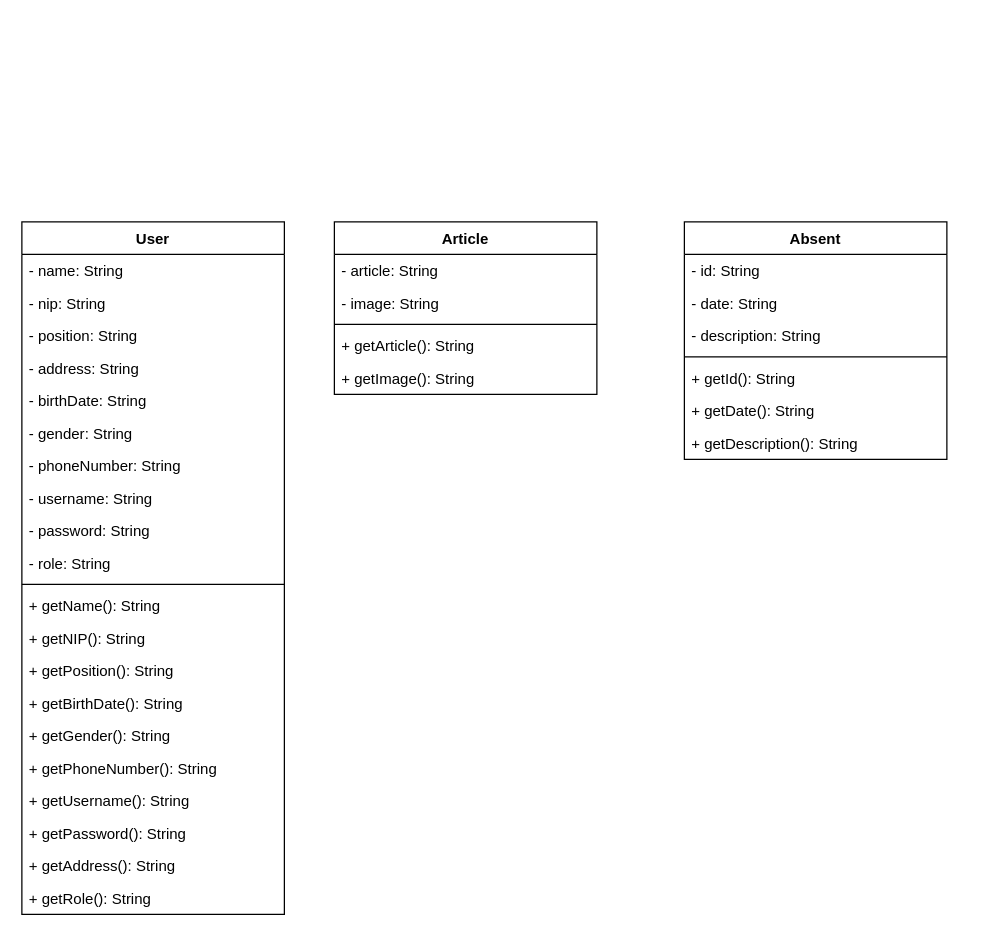
This is Untitled Diagram.drawio from codetron21/diagram-presensi, a draw.io file, before an edit. Source tidied: cells renumbered, new cells numbered last; positions are measured from the earlier drawing's top-left corner, leaving out a move shared by most shapes. Both pictures are drawn from the tidied source at 125%, with x=0, y=0 at pixel (21, 221).
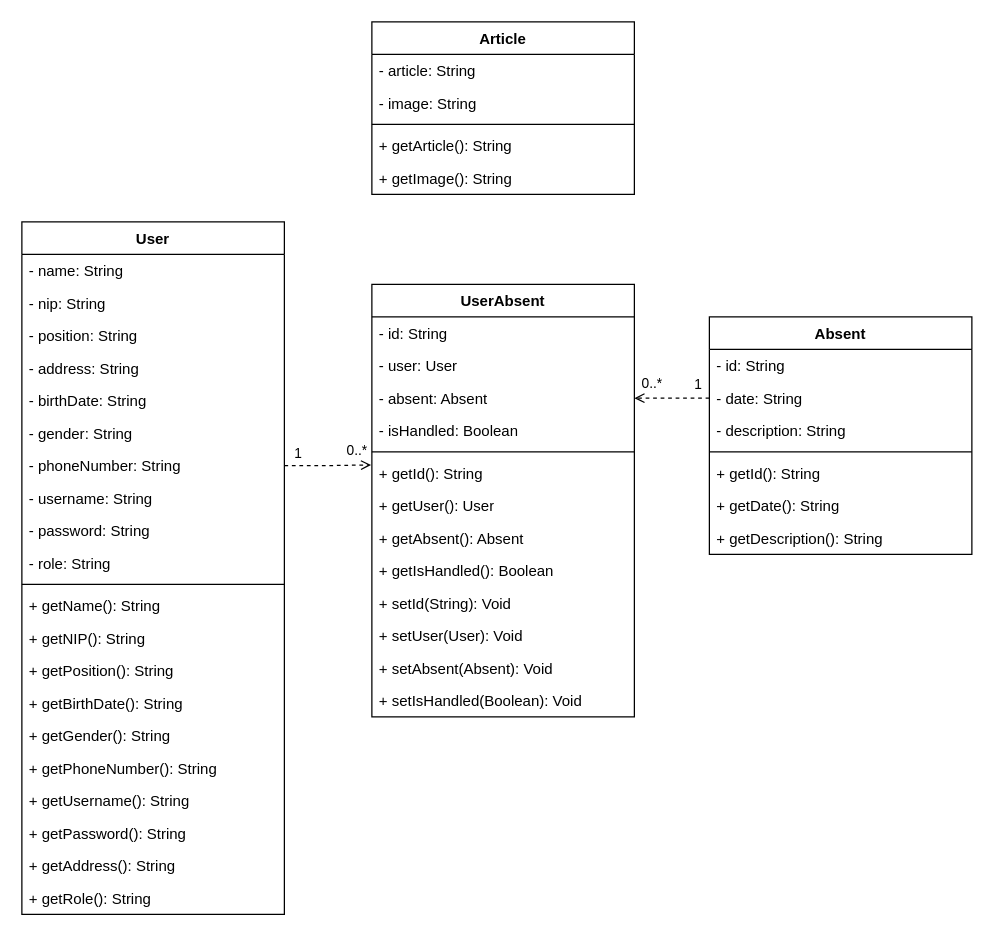
The same diagram, later.

Commit message:
Finishing class diagram.drawio

The change refers to these unchanged cells:
```xml
<mxCell id="9" value="-&amp;nbsp;phoneNumber&lt;span style=&quot;background-color: initial;&quot;&gt;: String&lt;/span&gt;" style="text;strokeColor=none;fillColor=none;align=left;verticalAlign=top;spacingLeft=4;spacingRight=4;overflow=hidden;points=[[0,0.5],[1,0.5]];portConstraint=eastwest;whiteSpace=wrap;html=1;" parent="2" vertex="1">
  <mxGeometry y="182" width="210" height="26" as="geometry" />
</mxCell>
<mxCell id="26" value="-&amp;nbsp;date&lt;span style=&quot;background-color: initial;&quot;&gt;: String&lt;/span&gt;" style="text;strokeColor=none;fillColor=none;align=left;verticalAlign=top;spacingLeft=4;spacingRight=4;overflow=hidden;points=[[0,0.5],[1,0.5]];portConstraint=eastwest;whiteSpace=wrap;html=1;" parent="24" vertex="1">
  <mxGeometry y="52" width="210" height="26" as="geometry" />
</mxCell>
```

Change to the diagram source:
```diff
@@
     <mxCell id="24" value="Absent" style="swimlane;fontStyle=1;align=center;verticalAlign=top;horizontal=1;startSize=26;whiteSpace=wrap;html=1;" parent="1" vertex="1">
-      <mxGeometry x="530" width="210" height="190" as="geometry" />
+      <mxGeometry x="550" y="76" width="210" height="190" as="geometry" />
     </mxCell>
@@
     <mxCell id="32" value="Article" style="swimlane;fontStyle=1;align=center;verticalAlign=top;horizontal=1;startSize=26;whiteSpace=wrap;html=1;" parent="1" vertex="1">
-      <mxGeometry x="250" width="210" height="138" as="geometry" />
+      <mxGeometry x="280" y="-160" width="210" height="138" as="geometry" />
     </mxCell>
@@
+    <mxCell id="38" value="UserAbsent" style="swimlane;fontStyle=1;align=center;verticalAlign=top;horizontal=1;startSize=26;whiteSpace=wrap;html=1;" parent="1" vertex="1">
+      <mxGeometry x="280" y="50" width="210" height="346" as="geometry" />
+    </mxCell>
+    <mxCell id="39" value="-&amp;nbsp;id&lt;span style=&quot;background-color: initial;&quot;&gt;: String&lt;/span&gt;" style="text;strokeColor=none;fillColor=none;align=left;verticalAlign=top;spacingLeft=4;spacingRight=4;overflow=hidden;whiteSpace=wrap;html=1;" parent="38" vertex="1">
+      <mxGeometry y="26" width="210" height="26" as="geometry" />
+    </mxCell>
+    <mxCell id="40" value="-&amp;nbsp;user&lt;span style=&quot;background-color: initial;&quot;&gt;: User&lt;/span&gt;" style="text;strokeColor=none;fillColor=none;align=left;verticalAlign=top;spacingLeft=4;spacingRight=4;overflow=hidden;whiteSpace=wrap;html=1;" parent="38" vertex="1">
+      <mxGeometry y="52" width="210" height="26" as="geometry" />
+    </mxCell>
+    <mxCell id="41" value="-&amp;nbsp;absent&lt;span style=&quot;background-color: initial;&quot;&gt;: Absent&lt;/span&gt;" style="text;strokeColor=none;fillColor=none;align=left;verticalAlign=top;spacingLeft=4;spacingRight=4;overflow=hidden;points=[[0,0.5],[1,0.5]];portConstraint=eastwest;whiteSpace=wrap;html=1;" parent="38" vertex="1">
+      <mxGeometry y="78" width="210" height="26" as="geometry" />
+    </mxCell>
+    <mxCell id="42" value="-&amp;nbsp;isHandled&lt;span style=&quot;background-color: initial;&quot;&gt;: Boolean&lt;/span&gt;" style="text;strokeColor=none;fillColor=none;align=left;verticalAlign=top;spacingLeft=4;spacingRight=4;overflow=hidden;whiteSpace=wrap;html=1;" parent="38" vertex="1">
+      <mxGeometry y="104" width="210" height="26" as="geometry" />
+    </mxCell>
+    <mxCell id="43" style="line;strokeWidth=1;fillColor=none;align=left;verticalAlign=middle;spacingTop=-1;spacingLeft=3;spacingRight=3;labelPosition=right;strokeColor=inherit;" parent="38" vertex="1">
+      <mxGeometry y="130" width="210" height="8" as="geometry" />
+    </mxCell>
+    <mxCell id="44" value="+ getId(): String" style="text;strokeColor=none;fillColor=none;align=left;verticalAlign=top;spacingLeft=4;spacingRight=4;overflow=hidden;points=[[0,0.5],[1,0.5]];portConstraint=eastwest;whiteSpace=wrap;html=1;" parent="38" vertex="1">
+      <mxGeometry y="138" width="210" height="26" as="geometry" />
+    </mxCell>
+    <mxCell id="45" value="+ getUser(): User" style="text;strokeColor=none;fillColor=none;align=left;verticalAlign=top;spacingLeft=4;spacingRight=4;overflow=hidden;whiteSpace=wrap;html=1;" parent="38" vertex="1">
+      <mxGeometry y="164" width="210" height="26" as="geometry" />
+    </mxCell>
+    <mxCell id="46" value="+ getAbsent(): Absent" style="text;strokeColor=none;fillColor=none;align=left;verticalAlign=top;spacingLeft=4;spacingRight=4;overflow=hidden;whiteSpace=wrap;html=1;" parent="38" vertex="1">
+      <mxGeometry y="190" width="210" height="26" as="geometry" />
+    </mxCell>
+    <mxCell id="47" value="+ getIsHandled(): Boolean" style="text;strokeColor=none;fillColor=none;align=left;verticalAlign=top;spacingLeft=4;spacingRight=4;overflow=hidden;whiteSpace=wrap;html=1;" parent="38" vertex="1">
+      <mxGeometry y="216" width="210" height="26" as="geometry" />
+    </mxCell>
+    <mxCell id="48" value="+ setId(String): Void" style="text;strokeColor=none;fillColor=none;align=left;verticalAlign=top;spacingLeft=4;spacingRight=4;overflow=hidden;whiteSpace=wrap;html=1;" parent="38" vertex="1">
+      <mxGeometry y="242" width="210" height="26" as="geometry" />
+    </mxCell>
+    <mxCell id="49" value="+ setUser(User): Void" style="text;strokeColor=none;fillColor=none;align=left;verticalAlign=top;spacingLeft=4;spacingRight=4;overflow=hidden;whiteSpace=wrap;html=1;" parent="38" vertex="1">
+      <mxGeometry y="268" width="210" height="26" as="geometry" />
+    </mxCell>
+    <mxCell id="50" value="+ setAbsent(Absent): Void" style="text;strokeColor=none;fillColor=none;align=left;verticalAlign=top;spacingLeft=4;spacingRight=4;overflow=hidden;whiteSpace=wrap;html=1;" parent="38" vertex="1">
+      <mxGeometry y="294" width="210" height="26" as="geometry" />
+    </mxCell>
+    <mxCell id="51" value="+ setIsHandled(Boolean): Void" style="text;strokeColor=none;fillColor=none;align=left;verticalAlign=top;spacingLeft=4;spacingRight=4;overflow=hidden;whiteSpace=wrap;html=1;" parent="38" vertex="1">
+      <mxGeometry y="320" width="210" height="26" as="geometry" />
+    </mxCell>
+    <mxCell id="52" style="edgeStyle=orthogonalEdgeStyle;rounded=0;jettySize=auto;html=1;exitX=1;exitY=0.5;exitDx=0;exitDy=0;entryX=-0.003;entryY=0.247;entryDx=0;entryDy=0;entryPerimeter=0;dashed=1;endArrow=open;endFill=0;" parent="1" edge="1" source="9" target="44">
+      <mxGeometry relative="1" as="geometry" />
+    </mxCell>
+    <mxCell id="53" value="1" style="edgeLabel;html=1;align=center;verticalAlign=middle;" parent="52" vertex="1">
+      <mxGeometry x="-0.7" relative="1" as="geometry">
+        <mxPoint y="-11" as="offset" />
+      </mxGeometry>
+    </mxCell>
+    <mxCell id="54" value="0..*" style="edgeLabel;html=1;align=center;verticalAlign=middle;" parent="52" vertex="1">
+      <mxGeometry x="0.65" relative="1" as="geometry">
+        <mxPoint y="-12" as="offset" />
+      </mxGeometry>
+    </mxCell>
+    <mxCell id="55" style="edgeStyle=orthogonalEdgeStyle;rounded=0;jettySize=auto;html=1;exitX=0;exitY=0.5;exitDx=0;exitDy=0;entryX=1;entryY=0.5;entryDx=0;entryDy=0;endArrow=open;endFill=0;dashed=1;" parent="1" edge="1" source="26" target="41">
+      <mxGeometry relative="1" as="geometry" />
+    </mxCell>
+    <mxCell id="56" value="1" style="edgeLabel;html=1;align=center;verticalAlign=middle;" parent="55" vertex="1">
+      <mxGeometry x="-0.68" y="-1" relative="1" as="geometry">
+        <mxPoint y="-11" as="offset" />
+      </mxGeometry>
+    </mxCell>
+    <mxCell id="57" value="0..*" style="edgeLabel;html=1;align=center;verticalAlign=middle;" parent="55" vertex="1">
+      <mxGeometry x="0.57" y="-1" relative="1" as="geometry">
+        <mxPoint y="-12" as="offset" />
+      </mxGeometry>
+    </mxCell>
```
